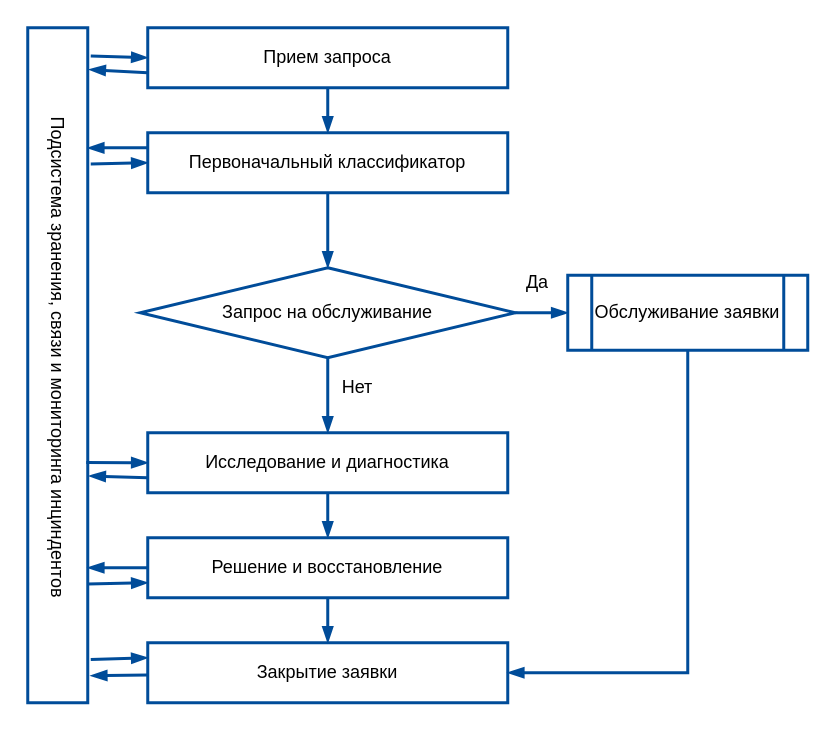
The draw.io diagram page "Page-5" (5 of 14) of DISSER.drawio in almakonde/PhDReport, before the edit. Source tidied: cells renumbered, new cells numbered last; positions are measured from the earlier drawing's top-left corner, leaving out a move shared by most shapes. Both pictures are drawn from the tidied source at 150%, with x=0, y=0 at pixel (-213, 27).
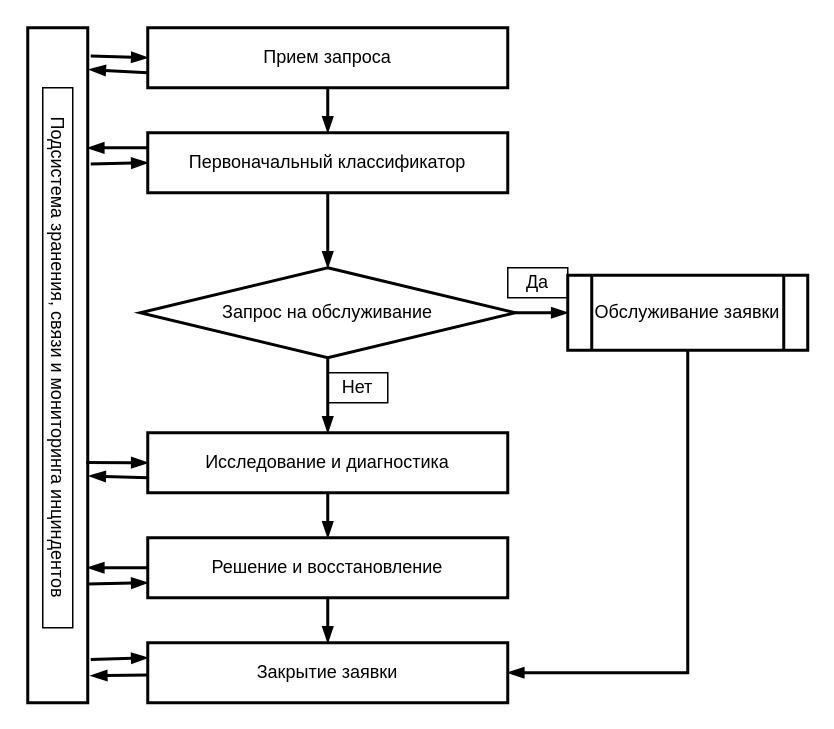
After the change.

The edit, as a diff of the source:
```diff
@@
-    <mxCell id="2" style="edgeStyle=none;rounded=0;jettySize=auto;html=1;endArrow=blockThin;endFill=1;strokeColor=#004C99;strokeWidth=2;" parent="1" edge="1" source="4" target="7">
+    <mxCell id="2" style="edgeStyle=none;rounded=0;jettySize=auto;html=1;endArrow=blockThin;endFill=1;strokeColor=#000000;strokeWidth=2;" parent="1" edge="1" source="4" target="7">
       <mxGeometry relative="1" as="geometry" />
     </mxCell>
-    <mxCell id="3" style="edgeStyle=none;rounded=0;jettySize=auto;html=1;entryX=1.025;entryY=0.062;entryDx=0;entryDy=0;entryPerimeter=0;endArrow=blockThin;endFill=1;strokeColor=#004C99;strokeWidth=2;exitX=0;exitY=0.75;exitDx=0;exitDy=0;" parent="1" edge="1" source="4" target="26">
+    <mxCell id="3" style="edgeStyle=none;rounded=0;jettySize=auto;html=1;entryX=1.025;entryY=0.062;entryDx=0;entryDy=0;entryPerimeter=0;endArrow=blockThin;endFill=1;strokeColor=#000000;strokeWidth=2;exitX=0;exitY=0.75;exitDx=0;exitDy=0;" parent="1" edge="1" source="4" target="26">
       <mxGeometry relative="1" as="geometry" />
     </mxCell>
-    <mxCell id="4" value="Прием запроса" style="rounded=0;whiteSpace=wrap;html=1;strokeColor=#004C99;strokeWidth=2;fillColor=none;" parent="1" vertex="1">
+    <mxCell id="4" value="Прием запроса" style="rounded=0;whiteSpace=wrap;html=1;strokeColor=#000000;strokeWidth=2;fillColor=none;" parent="1" vertex="1">
       <mxGeometry x="240" width="240" height="40" as="geometry" />
     </mxCell>
-    <mxCell id="5" style="edgeStyle=none;rounded=0;jettySize=auto;html=1;entryX=0.5;entryY=0;entryDx=0;entryDy=0;endArrow=blockThin;endFill=1;strokeColor=#004C99;strokeWidth=2;" parent="1" edge="1" source="7" target="18">
+    <mxCell id="5" style="edgeStyle=none;rounded=0;jettySize=auto;html=1;entryX=0.5;entryY=0;entryDx=0;entryDy=0;endArrow=blockThin;endFill=1;strokeColor=#000000;strokeWidth=2;" parent="1" edge="1" source="7" target="18">
       <mxGeometry relative="1" as="geometry" />
     </mxCell>
-    <mxCell id="6" style="edgeStyle=none;rounded=0;jettySize=auto;html=1;endArrow=blockThin;endFill=1;strokeColor=#004C99;strokeWidth=2;exitX=0;exitY=0.25;exitDx=0;exitDy=0;entryX=1;entryY=0.178;entryDx=0;entryDy=0;entryPerimeter=0;" parent="1" edge="1" source="7" target="26">
+    <mxCell id="6" style="edgeStyle=none;rounded=0;jettySize=auto;html=1;endArrow=blockThin;endFill=1;strokeColor=#000000;strokeWidth=2;exitX=0;exitY=0.25;exitDx=0;exitDy=0;entryX=1;entryY=0.178;entryDx=0;entryDy=0;entryPerimeter=0;" parent="1" edge="1" source="7" target="26">
       <mxGeometry relative="1" as="geometry" />
     </mxCell>
-    <mxCell id="7" value="Первоначальный классификатор" style="rounded=0;whiteSpace=wrap;html=1;strokeColor=#004C99;strokeWidth=2;fillColor=none;" parent="1" vertex="1">
+    <mxCell id="7" value="Первоначальный классификатор" style="rounded=0;whiteSpace=wrap;html=1;strokeColor=#000000;strokeWidth=2;fillColor=none;" parent="1" vertex="1">
       <mxGeometry x="240" y="70" width="240" height="40" as="geometry" />
     </mxCell>
-    <mxCell id="8" style="edgeStyle=none;rounded=0;jettySize=auto;html=1;endArrow=blockThin;endFill=1;strokeColor=#004C99;strokeWidth=2;" parent="1" edge="1" source="10" target="13">
+    <mxCell id="8" style="edgeStyle=none;rounded=0;jettySize=auto;html=1;endArrow=blockThin;endFill=1;strokeColor=#000000;strokeWidth=2;" parent="1" edge="1" source="10" target="13">
       <mxGeometry relative="1" as="geometry" />
     </mxCell>
-    <mxCell id="9" style="edgeStyle=none;rounded=0;jettySize=auto;html=1;entryX=1.025;entryY=0.664;entryDx=0;entryDy=0;entryPerimeter=0;endArrow=blockThin;endFill=1;strokeColor=#004C99;strokeWidth=2;exitX=0;exitY=0.75;exitDx=0;exitDy=0;" parent="1" edge="1" source="10" target="26">
+    <mxCell id="9" style="edgeStyle=none;rounded=0;jettySize=auto;html=1;entryX=1.025;entryY=0.664;entryDx=0;entryDy=0;entryPerimeter=0;endArrow=blockThin;endFill=1;strokeColor=#000000;strokeWidth=2;exitX=0;exitY=0.75;exitDx=0;exitDy=0;" parent="1" edge="1" source="10" target="26">
       <mxGeometry relative="1" as="geometry" />
     </mxCell>
-    <mxCell id="10" value="Исследование и диагностика" style="rounded=0;whiteSpace=wrap;html=1;strokeColor=#004C99;strokeWidth=2;fillColor=none;" parent="1" vertex="1">
+    <mxCell id="10" value="Исследование и диагностика" style="rounded=0;whiteSpace=wrap;html=1;strokeColor=#000000;strokeWidth=2;fillColor=none;" parent="1" vertex="1">
       <mxGeometry x="240" y="270" width="240" height="40" as="geometry" />
     </mxCell>
-    <mxCell id="11" style="edgeStyle=none;rounded=0;jettySize=auto;html=1;endArrow=blockThin;endFill=1;strokeColor=#004C99;strokeWidth=2;" parent="1" edge="1" source="13" target="15">
+    <mxCell id="11" style="edgeStyle=none;rounded=0;jettySize=auto;html=1;endArrow=blockThin;endFill=1;strokeColor=#000000;strokeWidth=2;" parent="1" edge="1" source="13" target="15">
       <mxGeometry relative="1" as="geometry" />
     </mxCell>
-    <mxCell id="12" style="edgeStyle=none;rounded=0;jettySize=auto;html=1;entryX=1;entryY=0.8;entryDx=0;entryDy=0;entryPerimeter=0;endArrow=blockThin;endFill=1;strokeColor=#004C99;strokeWidth=2;" parent="1" edge="1" source="13" target="26">
+    <mxCell id="12" style="edgeStyle=none;rounded=0;jettySize=auto;html=1;entryX=1;entryY=0.8;entryDx=0;entryDy=0;entryPerimeter=0;endArrow=blockThin;endFill=1;strokeColor=#000000;strokeWidth=2;" parent="1" edge="1" source="13" target="26">
       <mxGeometry relative="1" as="geometry" />
     </mxCell>
-    <mxCell id="13" value="Решение и восстановление" style="rounded=0;whiteSpace=wrap;html=1;strokeColor=#004C99;strokeWidth=2;fillColor=none;" parent="1" vertex="1">
+    <mxCell id="13" value="Решение и восстановление" style="rounded=0;whiteSpace=wrap;html=1;strokeColor=#000000;strokeWidth=2;fillColor=none;" parent="1" vertex="1">
       <mxGeometry x="240" y="340" width="240" height="40" as="geometry" />
     </mxCell>
-    <mxCell id="14" style="edgeStyle=none;rounded=0;jettySize=auto;html=1;endArrow=blockThin;endFill=1;strokeColor=#004C99;strokeWidth=2;entryX=1.05;entryY=0.96;entryDx=0;entryDy=0;entryPerimeter=0;" parent="1" edge="1" source="15" target="26">
+    <mxCell id="14" style="edgeStyle=none;rounded=0;jettySize=auto;html=1;endArrow=blockThin;endFill=1;strokeColor=#000000;strokeWidth=2;entryX=1.05;entryY=0.96;entryDx=0;entryDy=0;entryPerimeter=0;" parent="1" edge="1" source="15" target="26">
       <mxGeometry relative="1" as="geometry" />
     </mxCell>
-    <mxCell id="15" value="Закрытие заявки" style="rounded=0;whiteSpace=wrap;html=1;strokeColor=#004C99;strokeWidth=2;fillColor=none;" parent="1" vertex="1">
+    <mxCell id="15" value="Закрытие заявки" style="rounded=0;whiteSpace=wrap;html=1;strokeColor=#000000;strokeWidth=2;fillColor=none;" parent="1" vertex="1">
       <mxGeometry x="240" y="410" width="240" height="40" as="geometry" />
     </mxCell>
-    <mxCell id="16" style="edgeStyle=none;rounded=0;jettySize=auto;html=1;endArrow=blockThin;endFill=1;strokeColor=#004C99;strokeWidth=2;" parent="1" edge="1" source="18" target="10">
+    <mxCell id="16" style="edgeStyle=none;rounded=0;jettySize=auto;html=1;endArrow=blockThin;endFill=1;strokeColor=#000000;strokeWidth=2;" parent="1" edge="1" source="18" target="10">
       <mxGeometry relative="1" as="geometry" />
     </mxCell>
-    <mxCell id="17" style="edgeStyle=none;rounded=0;jettySize=auto;html=1;endArrow=blockThin;endFill=1;strokeColor=#004C99;strokeWidth=2;" parent="1" edge="1" source="18" target="20">
+    <mxCell id="17" style="edgeStyle=none;rounded=0;jettySize=auto;html=1;endArrow=blockThin;endFill=1;strokeColor=#000000;strokeWidth=2;" parent="1" edge="1" source="18" target="20">
       <mxGeometry relative="1" as="geometry" />
     </mxCell>
-    <mxCell id="18" value="Запрос на обслуживание" style="rhombus;whiteSpace=wrap;html=1;rounded=0;strokeColor=#004C99;strokeWidth=2;fillColor=none;" parent="1" vertex="1">
+    <mxCell id="18" value="Запрос на обслуживание" style="rhombus;whiteSpace=wrap;html=1;rounded=0;strokeColor=#000000;strokeWidth=2;fillColor=none;" parent="1" vertex="1">
       <mxGeometry x="235" y="160" width="250" height="60" as="geometry" />
     </mxCell>
-    <mxCell id="19" style="edgeStyle=none;rounded=0;jettySize=auto;html=1;endArrow=blockThin;endFill=1;strokeColor=#004C99;strokeWidth=2;" parent="1" edge="1" source="20" target="15">
+    <mxCell id="19" style="edgeStyle=none;rounded=0;jettySize=auto;html=1;endArrow=blockThin;endFill=1;strokeColor=#000000;strokeWidth=2;" parent="1" edge="1" source="20" target="15">
       <mxGeometry relative="1" as="geometry">
         <Array as="points">
           <mxPoint x="600" y="430" />
         </Array>
       </mxGeometry>
     </mxCell>
-    <mxCell id="20" value="Обслуживание заявки" style="shape=process;whiteSpace=wrap;html=1;backgroundOutline=1;rounded=0;strokeColor=#004C99;strokeWidth=2;fillColor=none;" parent="1" vertex="1">
+    <mxCell id="20" value="Обслуживание заявки" style="shape=process;whiteSpace=wrap;html=1;backgroundOutline=1;rounded=0;strokeColor=#000000;strokeWidth=2;fillColor=none;" parent="1" vertex="1">
       <mxGeometry x="520" y="165" width="160" height="50" as="geometry" />
     </mxCell>
-    <mxCell id="21" style="edgeStyle=none;rounded=0;jettySize=auto;html=1;entryX=0;entryY=0.5;entryDx=0;entryDy=0;endArrow=blockThin;endFill=1;strokeColor=#004C99;strokeWidth=2;exitX=1.05;exitY=0.042;exitDx=0;exitDy=0;exitPerimeter=0;" parent="1" edge="1" source="26" target="4">
+    <mxCell id="21" style="edgeStyle=none;rounded=0;jettySize=auto;html=1;entryX=0;entryY=0.5;entryDx=0;entryDy=0;endArrow=blockThin;endFill=1;strokeColor=#000000;strokeWidth=2;exitX=1.05;exitY=0.042;exitDx=0;exitDy=0;exitPerimeter=0;" parent="1" edge="1" source="26" target="4">
       <mxGeometry relative="1" as="geometry" />
     </mxCell>
-    <mxCell id="22" style="edgeStyle=none;rounded=0;jettySize=auto;html=1;entryX=0;entryY=0.25;entryDx=0;entryDy=0;endArrow=blockThin;endFill=1;strokeColor=#004C99;strokeWidth=2;exitX=1.05;exitY=0.936;exitDx=0;exitDy=0;exitPerimeter=0;" parent="1" edge="1" source="26" target="15">
+    <mxCell id="22" style="edgeStyle=none;rounded=0;jettySize=auto;html=1;entryX=0;entryY=0.25;entryDx=0;entryDy=0;endArrow=blockThin;endFill=1;strokeColor=#000000;strokeWidth=2;exitX=1.05;exitY=0.936;exitDx=0;exitDy=0;exitPerimeter=0;" parent="1" edge="1" source="26" target="15">
       <mxGeometry relative="1" as="geometry" />
     </mxCell>
-    <mxCell id="23" style="edgeStyle=none;rounded=0;jettySize=auto;html=1;entryX=0;entryY=0.75;entryDx=0;entryDy=0;endArrow=blockThin;endFill=1;strokeColor=#004C99;strokeWidth=2;exitX=1;exitY=0.824;exitDx=0;exitDy=0;exitPerimeter=0;" parent="1" edge="1" source="26" target="13">
+    <mxCell id="23" style="edgeStyle=none;rounded=0;jettySize=auto;html=1;entryX=0;entryY=0.75;entryDx=0;entryDy=0;endArrow=blockThin;endFill=1;strokeColor=#000000;strokeWidth=2;exitX=1;exitY=0.824;exitDx=0;exitDy=0;exitPerimeter=0;" parent="1" edge="1" source="26" target="13">
       <mxGeometry relative="1" as="geometry" />
     </mxCell>
-    <mxCell id="24" style="edgeStyle=none;rounded=0;jettySize=auto;html=1;entryX=0;entryY=0.5;entryDx=0;entryDy=0;endArrow=blockThin;endFill=1;strokeColor=#004C99;strokeWidth=2;exitX=0.975;exitY=0.644;exitDx=0;exitDy=0;exitPerimeter=0;" parent="1" edge="1" source="26" target="10">
+    <mxCell id="24" style="edgeStyle=none;rounded=0;jettySize=auto;html=1;entryX=0;entryY=0.5;entryDx=0;entryDy=0;endArrow=blockThin;endFill=1;strokeColor=#000000;strokeWidth=2;exitX=0.975;exitY=0.644;exitDx=0;exitDy=0;exitPerimeter=0;" parent="1" edge="1" source="26" target="10">
       <mxGeometry relative="1" as="geometry" />
     </mxCell>
-    <mxCell id="25" style="edgeStyle=none;rounded=0;jettySize=auto;html=1;entryX=0;entryY=0.5;entryDx=0;entryDy=0;endArrow=blockThin;endFill=1;strokeColor=#004C99;strokeWidth=2;exitX=1.05;exitY=0.202;exitDx=0;exitDy=0;exitPerimeter=0;" parent="1" edge="1" source="26" target="7">
+    <mxCell id="25" style="edgeStyle=none;rounded=0;jettySize=auto;html=1;entryX=0;entryY=0.5;entryDx=0;entryDy=0;endArrow=blockThin;endFill=1;strokeColor=#000000;strokeWidth=2;exitX=1.05;exitY=0.202;exitDx=0;exitDy=0;exitPerimeter=0;" parent="1" edge="1" source="26" target="7">
       <mxGeometry relative="1" as="geometry" />
     </mxCell>
-    <mxCell id="26" style="rounded=0;whiteSpace=wrap;html=1;strokeColor=#004C99;strokeWidth=2;fillColor=none;" parent="1" vertex="1">
+    <mxCell id="26" style="rounded=0;whiteSpace=wrap;html=1;strokeColor=#000000;strokeWidth=2;fillColor=none;" parent="1" vertex="1">
       <mxGeometry x="160" width="40" height="450" as="geometry" />
     </mxCell>
-    <mxCell id="27" value="Подсистема зранения, связи и мониторинга инциндентов" style="text;html=1;strokeColor=none;fillColor=none;align=center;verticalAlign=middle;whiteSpace=wrap;rounded=0;rotation=90;" parent="1" vertex="1">
+    <mxCell id="27" value="Подсистема зранения, связи и мониторинга инциндентов" style="text;html=1;strokeColor=#000000;fillColor=none;align=center;verticalAlign=middle;whiteSpace=wrap;rounded=0;rotation=90;" parent="1" vertex="1">
       <mxGeometry y="210" width="360" height="20" as="geometry" />
     </mxCell>
-    <mxCell id="28" value="Да" style="text;html=1;strokeColor=none;fillColor=none;align=center;verticalAlign=middle;whiteSpace=wrap;rounded=0;" parent="1" vertex="1">
+    <mxCell id="28" value="Да" style="text;html=1;strokeColor=#000000;fillColor=none;align=center;verticalAlign=middle;whiteSpace=wrap;rounded=0;" parent="1" vertex="1">
       <mxGeometry x="480" y="160" width="40" height="20" as="geometry" />
     </mxCell>
-    <mxCell id="29" value="Нет" style="text;html=1;strokeColor=none;fillColor=none;align=center;verticalAlign=middle;whiteSpace=wrap;rounded=0;" parent="1" vertex="1">
+    <mxCell id="29" value="Нет" style="text;html=1;strokeColor=#000000;fillColor=none;align=center;verticalAlign=middle;whiteSpace=wrap;rounded=0;" parent="1" vertex="1">
       <mxGeometry x="360" y="230" width="40" height="20" as="geometry" />
     </mxCell>
```
